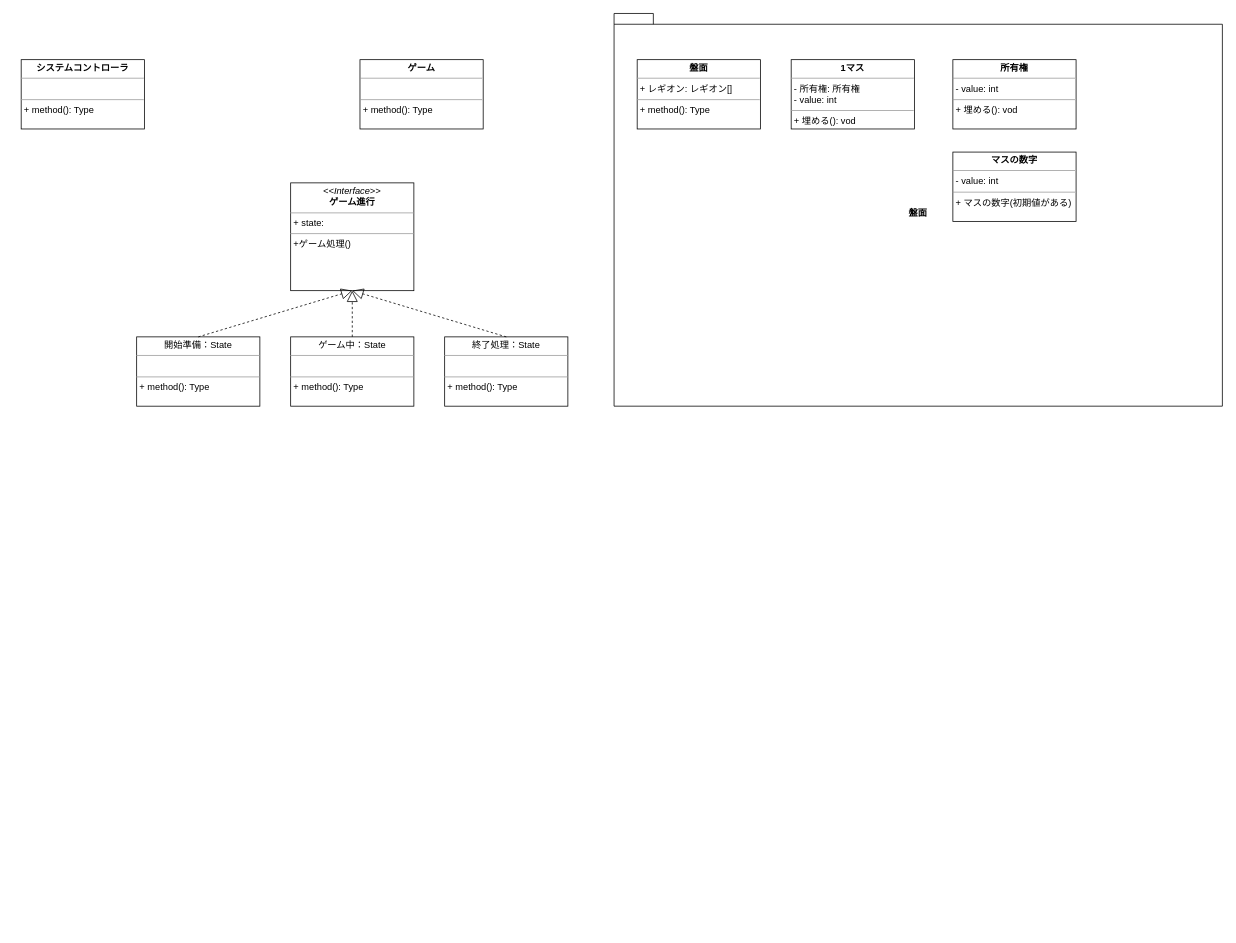
Earlier version of the draw.io diagram RPG.drawio (motoo1789/draw.io). Source tidied: cells renumbered, new cells numbered last; positions are measured from the earlier drawing's top-left corner, leaving out a move shared by most shapes. Both pictures are drawn from the tidied source at 77%, with x=0, y=0 at pixel (21, 13).
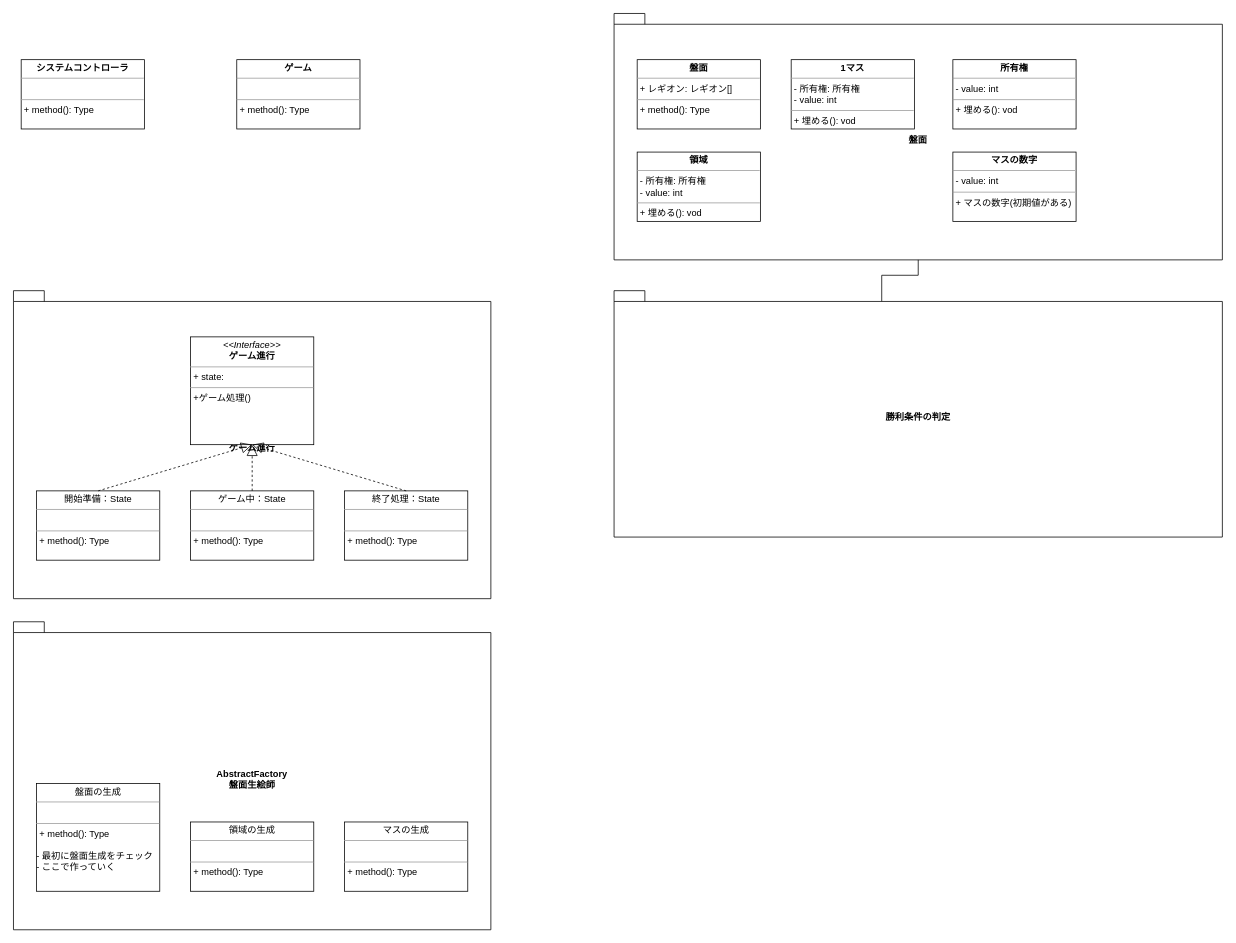
After the change.

Commit message:
盤面生成途中

The edit, as a diff of the source:
```diff
@@
     <mxCell id="2" value="盤面" style="shape=folder;fontStyle=1;spacingTop=10;tabWidth=40;tabHeight=14;tabPosition=left;html=1;whiteSpace=wrap;" parent="1" vertex="1">
-      <mxGeometry x="770" width="790" height="510" as="geometry" />
+      <mxGeometry x="770" width="790" height="320" as="geometry" />
     </mxCell>
@@
     <mxCell id="4" value="&lt;p style=&quot;margin:0px;margin-top:4px;text-align:center;&quot;&gt;&lt;b&gt;ゲーム&lt;/b&gt;&lt;br&gt;&lt;/p&gt;&lt;hr size=&quot;1&quot;&gt;&lt;p style=&quot;margin:0px;margin-left:4px;&quot;&gt;&lt;br&gt;&lt;/p&gt;&lt;hr size=&quot;1&quot;&gt;&lt;p style=&quot;margin:0px;margin-left:4px;&quot;&gt;+ method(): Type&lt;/p&gt;" style="verticalAlign=top;align=left;overflow=fill;fontSize=12;fontFamily=Helvetica;html=1;" parent="1" vertex="1">
-      <mxGeometry x="440" y="60" width="160" height="90" as="geometry" />
+      <mxGeometry x="280" y="60" width="160" height="90" as="geometry" />
     </mxCell>
@@
+    <mxCell id="16" value="勝利条件の判定" style="shape=folder;fontStyle=1;spacingTop=10;tabWidth=40;tabHeight=14;tabPosition=left;html=1;whiteSpace=wrap;" parent="1" vertex="1">
+      <mxGeometry x="770" y="360" width="790" height="320" as="geometry" />
+    </mxCell>
+    <mxCell id="17" style="endArrow=none;endFill=0;html=1;edgeStyle=orthogonalEdgeStyle;align=left;verticalAlign=top;rounded=0;entryX=0.44;entryY=0.043;entryDx=0;entryDy=0;entryPerimeter=0;" parent="1" edge="1" source="2" target="16">
+      <mxGeometry x="-0.73" y="55" relative="1" as="geometry">
+        <mxPoint y="1" as="offset" />
+      </mxGeometry>
+    </mxCell>
+    <mxCell id="18" style="group;" parent="1" vertex="1">
+      <mxGeometry x="-10" y="360" width="620" height="400" as="geometry" />
+    </mxCell>
+    <mxCell id="19" value="ゲーム進行" style="shape=folder;fontStyle=1;spacingTop=10;tabWidth=40;tabHeight=14;tabPosition=left;html=1;whiteSpace=wrap;" parent="18" vertex="1">
+      <mxGeometry width="620" height="400" as="geometry" />
+    </mxCell>
-    <mxCell id="9" value="&lt;p style=&quot;margin:0px;margin-top:4px;text-align:center;&quot;&gt;開始準備：State&lt;br&gt;&lt;/p&gt;&lt;hr size=&quot;1&quot;&gt;&lt;p style=&quot;margin:0px;margin-left:4px;&quot;&gt;&lt;br&gt;&lt;/p&gt;&lt;hr size=&quot;1&quot;&gt;&lt;p style=&quot;margin:0px;margin-left:4px;&quot;&gt;+ method(): Type&lt;/p&gt;" style="verticalAlign=top;align=left;overflow=fill;fontSize=12;fontFamily=Helvetica;html=1;" parent="1" vertex="1">
-      <mxGeometry x="150" y="420" width="160" height="90" as="geometry" />
+    <mxCell id="9" value="&lt;p style=&quot;margin:0px;margin-top:4px;text-align:center;&quot;&gt;開始準備：State&lt;br&gt;&lt;/p&gt;&lt;hr size=&quot;1&quot;&gt;&lt;p style=&quot;margin:0px;margin-left:4px;&quot;&gt;&lt;br&gt;&lt;/p&gt;&lt;hr size=&quot;1&quot;&gt;&lt;p style=&quot;margin:0px;margin-left:4px;&quot;&gt;+ method(): Type&lt;/p&gt;" style="verticalAlign=top;align=left;overflow=fill;fontSize=12;fontFamily=Helvetica;html=1;" parent="18" vertex="1">
+      <mxGeometry x="30" y="260" width="160" height="90" as="geometry" />
     </mxCell>
-    <mxCell id="10" value="&lt;p style=&quot;margin:0px;margin-top:4px;text-align:center;&quot;&gt;ゲーム中：State&lt;br&gt;&lt;/p&gt;&lt;hr size=&quot;1&quot;&gt;&lt;p style=&quot;margin:0px;margin-left:4px;&quot;&gt;&lt;br&gt;&lt;/p&gt;&lt;hr size=&quot;1&quot;&gt;&lt;p style=&quot;margin:0px;margin-left:4px;&quot;&gt;+ method(): Type&lt;/p&gt;" style="verticalAlign=top;align=left;overflow=fill;fontSize=12;fontFamily=Helvetica;html=1;" parent="1" vertex="1">
-      <mxGeometry x="350" y="420" width="160" height="90" as="geometry" />
+    <mxCell id="10" value="&lt;p style=&quot;margin:0px;margin-top:4px;text-align:center;&quot;&gt;ゲーム中：State&lt;br&gt;&lt;/p&gt;&lt;hr size=&quot;1&quot;&gt;&lt;p style=&quot;margin:0px;margin-left:4px;&quot;&gt;&lt;br&gt;&lt;/p&gt;&lt;hr size=&quot;1&quot;&gt;&lt;p style=&quot;margin:0px;margin-left:4px;&quot;&gt;+ method(): Type&lt;/p&gt;" style="verticalAlign=top;align=left;overflow=fill;fontSize=12;fontFamily=Helvetica;html=1;" parent="18" vertex="1">
+      <mxGeometry x="230" y="260" width="160" height="90" as="geometry" />
     </mxCell>
-    <mxCell id="11" value="&lt;p style=&quot;margin:0px;margin-top:4px;text-align:center;&quot;&gt;終了処理：State&lt;br&gt;&lt;/p&gt;&lt;hr size=&quot;1&quot;&gt;&lt;p style=&quot;margin:0px;margin-left:4px;&quot;&gt;&lt;br&gt;&lt;/p&gt;&lt;hr size=&quot;1&quot;&gt;&lt;p style=&quot;margin:0px;margin-left:4px;&quot;&gt;+ method(): Type&lt;/p&gt;" style="verticalAlign=top;align=left;overflow=fill;fontSize=12;fontFamily=Helvetica;html=1;" parent="1" vertex="1">
-      <mxGeometry x="550" y="420" width="160" height="90" as="geometry" />
+    <mxCell id="11" value="&lt;p style=&quot;margin:0px;margin-top:4px;text-align:center;&quot;&gt;終了処理：State&lt;br&gt;&lt;/p&gt;&lt;hr size=&quot;1&quot;&gt;&lt;p style=&quot;margin:0px;margin-left:4px;&quot;&gt;&lt;br&gt;&lt;/p&gt;&lt;hr size=&quot;1&quot;&gt;&lt;p style=&quot;margin:0px;margin-left:4px;&quot;&gt;+ method(): Type&lt;/p&gt;" style="verticalAlign=top;align=left;overflow=fill;fontSize=12;fontFamily=Helvetica;html=1;" parent="18" vertex="1">
+      <mxGeometry x="430" y="260" width="160" height="90" as="geometry" />
     </mxCell>
-    <mxCell id="12" value="&lt;p style=&quot;margin:0px;margin-top:4px;text-align:center;&quot;&gt;&lt;i&gt;&amp;lt;&amp;lt;Interface&amp;gt;&amp;gt;&lt;/i&gt;&lt;br&gt;&lt;b&gt;ゲーム進行&lt;/b&gt;&lt;br&gt;&lt;/p&gt;&lt;hr size=&quot;1&quot;&gt;&lt;p style=&quot;margin:0px;margin-left:4px;&quot;&gt;+ state: &lt;br&gt;&lt;/p&gt;&lt;hr size=&quot;1&quot;&gt;&lt;p style=&quot;margin:0px;margin-left:4px;&quot;&gt;+ゲーム処理()&lt;br&gt;&lt;/p&gt;" style="verticalAlign=top;align=left;overflow=fill;fontSize=12;fontFamily=Helvetica;html=1;whiteSpace=wrap;" parent="1" vertex="1">
-      <mxGeometry x="350" y="220" width="160" height="140" as="geometry" />
+    <mxCell id="12" value="&lt;p style=&quot;margin:0px;margin-top:4px;text-align:center;&quot;&gt;&lt;i&gt;&amp;lt;&amp;lt;Interface&amp;gt;&amp;gt;&lt;/i&gt;&lt;br&gt;&lt;b&gt;ゲーム進行&lt;/b&gt;&lt;br&gt;&lt;/p&gt;&lt;hr size=&quot;1&quot;&gt;&lt;p style=&quot;margin:0px;margin-left:4px;&quot;&gt;+ state: &lt;br&gt;&lt;/p&gt;&lt;hr size=&quot;1&quot;&gt;&lt;p style=&quot;margin:0px;margin-left:4px;&quot;&gt;+ゲーム処理()&lt;br&gt;&lt;/p&gt;" style="verticalAlign=top;align=left;overflow=fill;fontSize=12;fontFamily=Helvetica;html=1;whiteSpace=wrap;" parent="18" vertex="1">
+      <mxGeometry x="230" y="60" width="160" height="140" as="geometry" />
     </mxCell>
-    <mxCell id="13" style="endArrow=block;dashed=1;endFill=0;endSize=12;html=1;rounded=0;exitX=0.5;exitY=0;exitDx=0;exitDy=0;entryX=0.5;entryY=1;entryDx=0;entryDy=0;" parent="1" edge="1" source="9" target="12">
+    <mxCell id="13" style="endArrow=block;dashed=1;endFill=0;endSize=12;html=1;rounded=0;exitX=0.5;exitY=0;exitDx=0;exitDy=0;entryX=0.5;entryY=1;entryDx=0;entryDy=0;" parent="18" edge="1" source="9" target="12">
       <mxGeometry relative="1" as="geometry" />
     </mxCell>
-    <mxCell id="14" style="endArrow=block;dashed=1;endFill=0;endSize=12;html=1;rounded=0;exitX=0.5;exitY=0;exitDx=0;exitDy=0;entryX=0.5;entryY=1;entryDx=0;entryDy=0;" parent="1" edge="1" source="10" target="12">
+    <mxCell id="14" style="endArrow=block;dashed=1;endFill=0;endSize=12;html=1;rounded=0;exitX=0.5;exitY=0;exitDx=0;exitDy=0;entryX=0.5;entryY=1;entryDx=0;entryDy=0;" parent="18" edge="1" source="10" target="12">
       <mxGeometry relative="1" as="geometry" />
     </mxCell>
-    <mxCell id="15" style="endArrow=block;dashed=1;endFill=0;endSize=12;html=1;rounded=0;exitX=0.5;exitY=0;exitDx=0;exitDy=0;entryX=0.5;entryY=1;entryDx=0;entryDy=0;" parent="1" edge="1" source="11" target="12">
+    <mxCell id="15" style="endArrow=block;dashed=1;endFill=0;endSize=12;html=1;rounded=0;exitX=0.5;exitY=0;exitDx=0;exitDy=0;entryX=0.5;entryY=1;entryDx=0;entryDy=0;" parent="18" edge="1" source="11" target="12">
       <mxGeometry relative="1" as="geometry" />
     </mxCell>
+    <mxCell id="20" value="&lt;p style=&quot;margin:0px;margin-top:4px;text-align:center;&quot;&gt;&lt;b&gt;領域&lt;/b&gt;&lt;br&gt;&lt;/p&gt;&lt;hr size=&quot;1&quot;&gt;&lt;p style=&quot;margin:0px;margin-left:4px;&quot;&gt;- 所有権: 所有権&lt;br&gt;&lt;/p&gt;&lt;p style=&quot;margin:0px;margin-left:4px;&quot;&gt;- value: int&lt;br&gt;&lt;/p&gt;&lt;hr size=&quot;1&quot;&gt;&lt;p style=&quot;margin:0px;margin-left:4px;&quot;&gt;+ 埋める(): vod&lt;br&gt;&lt;/p&gt;" style="verticalAlign=top;align=left;overflow=fill;fontSize=12;fontFamily=Helvetica;html=1;" parent="1" vertex="1">
+      <mxGeometry x="800" y="180" width="160" height="90" as="geometry" />
+    </mxCell>
+    <mxCell id="21" style="group;" parent="1" vertex="1">
+      <mxGeometry x="-10" y="790" width="620" height="400" as="geometry" />
+    </mxCell>
+    <mxCell id="22" value="&lt;div&gt;AbstractFactory&lt;/div&gt;&lt;div&gt;盤面生絵師&lt;br&gt;&lt;/div&gt;" style="shape=folder;fontStyle=1;spacingTop=10;tabWidth=40;tabHeight=14;tabPosition=left;html=1;whiteSpace=wrap;" parent="21" vertex="1">
+      <mxGeometry width="620" height="400" as="geometry" />
+    </mxCell>
+    <mxCell id="23" value="&lt;p style=&quot;margin:0px;margin-top:4px;text-align:center;&quot;&gt;盤面の生成&lt;br&gt;&lt;/p&gt;&lt;hr size=&quot;1&quot;&gt;&lt;p style=&quot;margin:0px;margin-left:4px;&quot;&gt;&lt;br&gt;&lt;/p&gt;&lt;hr size=&quot;1&quot;&gt;&lt;p style=&quot;margin:0px;margin-left:4px;&quot;&gt;+ method(): Type&lt;/p&gt;&lt;div&gt;&lt;br&gt;&lt;/div&gt;&lt;div&gt;- 最初に盤面生成をチェック&lt;/div&gt;&lt;div&gt;- ここで作っていく&lt;br&gt;&lt;/div&gt;" style="verticalAlign=top;align=left;overflow=fill;fontSize=12;fontFamily=Helvetica;html=1;" parent="21" vertex="1">
+      <mxGeometry x="30" y="210" width="160" height="140" as="geometry" />
+    </mxCell>
+    <mxCell id="24" value="&lt;p style=&quot;margin:0px;margin-top:4px;text-align:center;&quot;&gt;領域の生成&lt;br&gt;&lt;/p&gt;&lt;hr size=&quot;1&quot;&gt;&lt;p style=&quot;margin:0px;margin-left:4px;&quot;&gt;&lt;br&gt;&lt;/p&gt;&lt;hr size=&quot;1&quot;&gt;&lt;p style=&quot;margin:0px;margin-left:4px;&quot;&gt;+ method(): Type&lt;/p&gt;" style="verticalAlign=top;align=left;overflow=fill;fontSize=12;fontFamily=Helvetica;html=1;" parent="21" vertex="1">
+      <mxGeometry x="230" y="260" width="160" height="90" as="geometry" />
+    </mxCell>
+    <mxCell id="25" value="&lt;p style=&quot;margin:0px;margin-top:4px;text-align:center;&quot;&gt;マスの生成&lt;br&gt;&lt;/p&gt;&lt;hr size=&quot;1&quot;&gt;&lt;p style=&quot;margin:0px;margin-left:4px;&quot;&gt;&lt;br&gt;&lt;/p&gt;&lt;hr size=&quot;1&quot;&gt;&lt;p style=&quot;margin:0px;margin-left:4px;&quot;&gt;+ method(): Type&lt;/p&gt;" style="verticalAlign=top;align=left;overflow=fill;fontSize=12;fontFamily=Helvetica;html=1;" parent="21" vertex="1">
+      <mxGeometry x="430" y="260" width="160" height="90" as="geometry" />
+    </mxCell>
```
